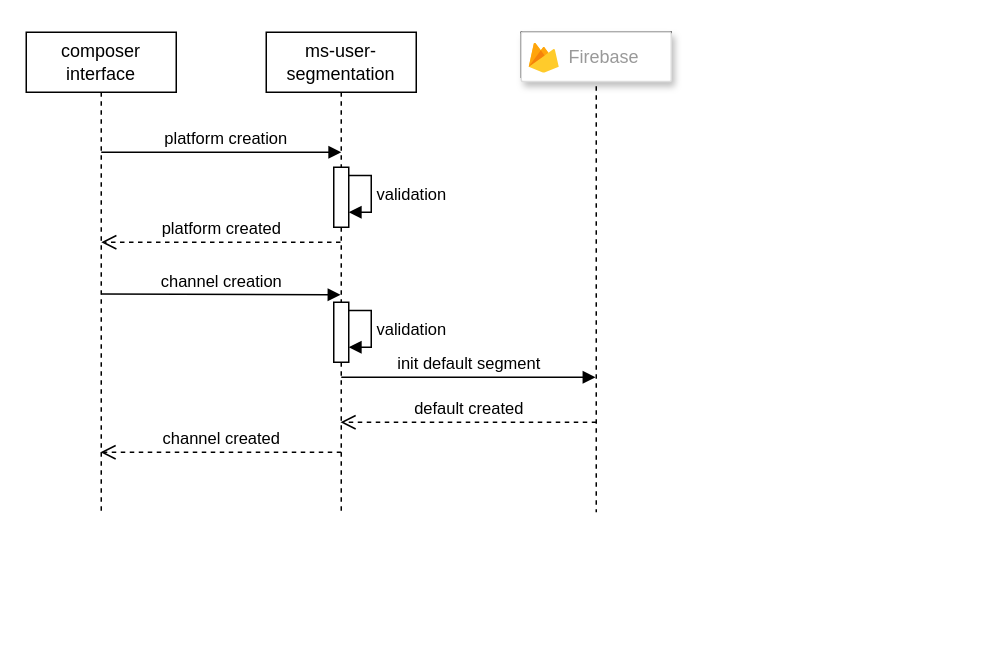
Above: page "on-boarding" (4 of 7) of Untitled Diagram.drawio in Mwangimburu/drawings (draw.io), before the change. Source tidied: cells renumbered, new cells numbered last; positions are measured from the earlier drawing's top-left corner, leaving out a move shared by most shapes. Both pictures are drawn from the tidied source at 150%, with x=0, y=0 at pixel (26, 32).
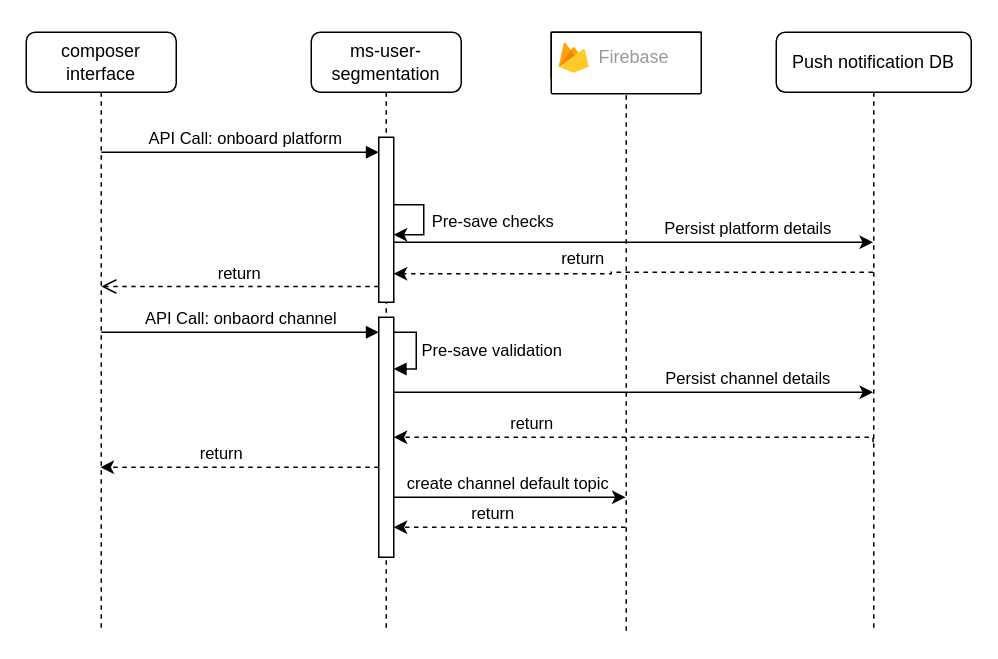
The same diagram, later.

Commit message (it also covers changes not shown here):
Add push db in channel onboarding

The edit, as a diff of the source:
```diff
@@
-    <mxCell id="2" value="composer interface" style="shape=umlLifeline;perimeter=lifelinePerimeter;whiteSpace=wrap;html=1;outlineConnect=0;portConstraint=eastwest;newEdgeStyle={&quot;edgeStyle&quot;:&quot;elbowEdgeStyle&quot;,&quot;elbow&quot;:&quot;vertical&quot;,&quot;curved&quot;:0,&quot;rounded&quot;:0};" parent="1" vertex="1">
-      <mxGeometry width="100" height="320" as="geometry" />
+    <mxCell id="2" value="composer interface" style="shape=umlLifeline;perimeter=lifelinePerimeter;whiteSpace=wrap;html=1;outlineConnect=0;portConstraint=eastwest;newEdgeStyle={&quot;edgeStyle&quot;:&quot;elbowEdgeStyle&quot;,&quot;elbow&quot;:&quot;vertical&quot;,&quot;curved&quot;:0,&quot;rounded&quot;:0};rounded=1;" parent="1" vertex="1">
+      <mxGeometry width="100" height="400" as="geometry" />
     </mxCell>
-    <mxCell id="3" value="ms-user-segmentation" style="shape=umlLifeline;perimeter=lifelinePerimeter;whiteSpace=wrap;html=1;outlineConnect=0;portConstraint=eastwest;newEdgeStyle={&quot;edgeStyle&quot;:&quot;elbowEdgeStyle&quot;,&quot;elbow&quot;:&quot;vertical&quot;,&quot;curved&quot;:0,&quot;rounded&quot;:0};" parent="1" vertex="1">
-      <mxGeometry x="160" width="100" height="320" as="geometry" />
+    <mxCell id="3" value="ms-user-segmentation" style="shape=umlLifeline;perimeter=lifelinePerimeter;whiteSpace=wrap;html=1;outlineConnect=0;portConstraint=eastwest;newEdgeStyle={&quot;edgeStyle&quot;:&quot;elbowEdgeStyle&quot;,&quot;elbow&quot;:&quot;vertical&quot;,&quot;curved&quot;:0,&quot;rounded&quot;:0};rounded=1;" parent="1" vertex="1">
+      <mxGeometry x="190" width="100" height="400" as="geometry" />
     </mxCell>
     <mxCell id="4" style="html=1;points=[];perimeter=orthogonalPerimeter;outlineConnect=0;targetShapes=umlLifeline;portConstraint=eastwest;newEdgeStyle={&quot;edgeStyle&quot;:&quot;elbowEdgeStyle&quot;,&quot;elbow&quot;:&quot;vertical&quot;,&quot;curved&quot;:0,&quot;rounded&quot;:0};" parent="3" vertex="1">
-      <mxGeometry x="45" y="90" width="10" height="40" as="geometry" />
+      <mxGeometry x="45" y="70" width="10" height="110" as="geometry" />
     </mxCell>
     <mxCell id="5" style="html=1;points=[];perimeter=orthogonalPerimeter;outlineConnect=0;targetShapes=umlLifeline;portConstraint=eastwest;newEdgeStyle={&quot;edgeStyle&quot;:&quot;elbowEdgeStyle&quot;,&quot;elbow&quot;:&quot;vertical&quot;,&quot;curved&quot;:0,&quot;rounded&quot;:0};" parent="3" vertex="1">
-      <mxGeometry x="45" y="180" width="10" height="40" as="geometry" />
+      <mxGeometry x="45" y="190" width="10" height="160" as="geometry" />
     </mxCell>
-    <mxCell id="6" value="validation" style="html=1;align=left;spacingLeft=2;endArrow=block;rounded=0;edgeStyle=orthogonalEdgeStyle;curved=0;rounded=0;" parent="3" edge="1">
+    <mxCell id="6" value="Pre-save validation" style="html=1;align=left;spacingLeft=2;endArrow=block;rounded=0;edgeStyle=orthogonalEdgeStyle;curved=0;rounded=0;" parent="3" edge="1">
       <mxGeometry relative="1" as="geometry">
-        <mxPoint x="55" y="185.5" as="sourcePoint" />
-        <mxPoint x="55" y="210" as="targetPoint" />
+        <mxPoint x="55" y="200" as="sourcePoint" />
+        <mxPoint x="55" y="224.5" as="targetPoint" />
         <Array as="points">
-          <mxPoint x="70" y="186" />
-          <mxPoint x="70" y="210" />
+          <mxPoint x="70" y="200.5" />
+          <mxPoint x="70" y="224.5" />
         </Array>
       </mxGeometry>
     </mxCell>
+    <mxCell id="20" style="edgeStyle=elbowEdgeStyle;rounded=0;orthogonalLoop=1;jettySize=auto;html=1;elbow=vertical;curved=0;" parent="3" edge="1" source="4" target="4">
+      <mxGeometry relative="1" as="geometry" />
+    </mxCell>
+    <mxCell id="21" value="Pre-save checks" style="edgeLabel;html=1;align=center;verticalAlign=middle;" parent="20" vertex="1">
+      <mxGeometry x="0.32" relative="1" as="geometry">
+        <mxPoint x="45" y="-10" as="offset" />
+      </mxGeometry>
+    </mxCell>
-    <mxCell id="7" style="group;" parent="1" vertex="1">
-      <mxGeometry x="330" width="100" height="320" as="geometry" />
+    <mxCell id="7" style="group;rounded=1;" parent="1" vertex="1">
+      <mxGeometry x="350" width="100" height="400" as="geometry" />
     </mxCell>
     <mxCell id="8" style="shape=umlLifeline;perimeter=lifelinePerimeter;whiteSpace=wrap;html=1;outlineConnect=0;portConstraint=eastwest;newEdgeStyle={&quot;edgeStyle&quot;:&quot;elbowEdgeStyle&quot;,&quot;elbow&quot;:&quot;vertical&quot;,&quot;curved&quot;:0,&quot;rounded&quot;:0};size=30;" parent="7" vertex="1">
-      <mxGeometry width="100" height="320" as="geometry" />
+      <mxGeometry width="100" height="400" as="geometry" />
     </mxCell>
-    <mxCell id="9" style="strokeColor=#dddddd;shadow=1;strokeWidth=1;rounded=1;absoluteArcSize=1;arcSize=2;" parent="7" vertex="1">
-      <mxGeometry width="100" height="32.8" as="geometry" />
+    <mxCell id="9" style="strokeColor=#000000;shadow=0;strokeWidth=1;rounded=1;absoluteArcSize=1;arcSize=2;" parent="7" vertex="1">
+      <mxGeometry width="100" height="41" as="geometry" />
     </mxCell>
@@
+    <mxCell id="22" style="edgeStyle=orthogonalEdgeStyle;rounded=0;jettySize=auto;html=1;curved=0;dashed=1;" parent="7" edge="1" target="5">
+      <mxGeometry relative="1" as="geometry">
+        <mxPoint x="214.5" y="273.3" as="sourcePoint" />
+        <Array as="points">
+          <mxPoint x="215" y="270" />
+        </Array>
+      </mxGeometry>
+    </mxCell>
+    <mxCell id="23" value="return" style="edgeLabel;html=1;align=center;verticalAlign=middle;" parent="22" vertex="1">
+      <mxGeometry x="0.43" y="-3" relative="1" as="geometry">
+        <mxPoint y="-7" as="offset" />
+      </mxGeometry>
+    </mxCell>
-    <mxCell id="12" style="html=1;verticalAlign=bottom;labelBackgroundColor=none;endArrow=block;endFill=1;rounded=0;" parent="1" edge="1">
+    <mxCell id="12" style="html=1;verticalAlign=bottom;labelBackgroundColor=none;endArrow=block;endFill=1;rounded=0;" parent="1" edge="1" target="4">
       <mxGeometry relative="1" as="geometry">
         <mxPoint x="50" y="80" as="sourcePoint" />
-        <mxPoint x="210" y="80" as="targetPoint" />
       </mxGeometry>
     </mxCell>
-    <mxCell id="13" value="platform creation" style="edgeLabel;html=1;align=center;verticalAlign=middle;" parent="12" vertex="1">
+    <mxCell id="13" value="API Call: onboard platform" style="edgeLabel;html=1;align=center;verticalAlign=middle;" parent="12" vertex="1">
       <mxGeometry x="0.03" y="3" relative="1" as="geometry">
         <mxPoint y="-7" as="offset" />
       </mxGeometry>
     </mxCell>
-    <mxCell id="14" value="validation" style="html=1;align=left;spacingLeft=2;endArrow=block;rounded=0;edgeStyle=orthogonalEdgeStyle;curved=0;rounded=0;" parent="1" edge="1">
-      <mxGeometry relative="1" as="geometry">
-        <mxPoint x="215" y="95.5" as="sourcePoint" />
-        <mxPoint x="215" y="120" as="targetPoint" />
-        <Array as="points">
-          <mxPoint x="230" y="96" />
-          <mxPoint x="230" y="120" />
-        </Array>
-      </mxGeometry>
-    </mxCell>
-    <mxCell id="15" value="platform created" style="html=1;verticalAlign=bottom;endArrow=open;dashed=1;endSize=8;edgeStyle=elbowEdgeStyle;elbow=vertical;curved=0;rounded=0;" parent="1" edge="1" source="3">
+    <mxCell id="15" value="return" style="html=1;verticalAlign=bottom;endArrow=open;dashed=1;endSize=8;edgeStyle=elbowEdgeStyle;elbow=vertical;curved=0;rounded=0;" parent="1" edge="1">
       <mxGeometry relative="1" as="geometry">
-        <mxPoint x="50" y="140" as="targetPoint" />
+        <mxPoint x="235" y="169.5" as="sourcePoint" />
+        <mxPoint x="50" y="169.5" as="targetPoint" />
+        <Array as="points">
+          <mxPoint x="120" y="169.5" />
+        </Array>
       </mxGeometry>
     </mxCell>
-    <mxCell id="16" value="channel creation" style="html=1;verticalAlign=bottom;endArrow=block;edgeStyle=elbowEdgeStyle;elbow=vertical;curved=0;rounded=0;" parent="1" edge="1" target="3">
+    <mxCell id="16" value="API Call: onbaord channel" style="html=1;verticalAlign=bottom;endArrow=block;edgeStyle=elbowEdgeStyle;elbow=vertical;curved=0;rounded=0;" parent="1" edge="1" target="5">
       <mxGeometry relative="1" as="geometry">
-        <mxPoint x="50" y="174.5" as="sourcePoint" />
+        <mxPoint x="50" y="200" as="sourcePoint" />
       </mxGeometry>
     </mxCell>
-    <mxCell id="17" value="init default segment" style="html=1;verticalAlign=bottom;endArrow=block;edgeStyle=elbowEdgeStyle;elbow=vertical;curved=0;rounded=0;" parent="1" edge="1" target="8">
-      <mxGeometry relative="1" as="geometry">
-        <mxPoint x="210" y="230" as="sourcePoint" />
-      </mxGeometry>
-    </mxCell>
-    <mxCell id="18" value="default created" style="html=1;verticalAlign=bottom;endArrow=open;dashed=1;endSize=8;edgeStyle=elbowEdgeStyle;elbow=vertical;curved=0;rounded=0;" parent="1" edge="1" target="3">
-      <mxGeometry relative="1" as="geometry">
-        <mxPoint x="380" y="260" as="sourcePoint" />
-      </mxGeometry>
-    </mxCell>
-    <mxCell id="19" value="channel created" style="html=1;verticalAlign=bottom;endArrow=open;dashed=1;endSize=8;edgeStyle=elbowEdgeStyle;elbow=vertical;curved=0;rounded=0;" parent="1" edge="1" target="2">
-      <mxGeometry relative="1" as="geometry">
-        <mxPoint x="210" y="280" as="sourcePoint" />
-      </mxGeometry>
-    </mxCell>
+    <mxCell id="24" style="edgeStyle=orthogonalEdgeStyle;rounded=0;jettySize=auto;html=1;curved=0;dashed=1;" parent="1" edge="1" source="26" target="4">
+      <mxGeometry relative="1" as="geometry">
+        <Array as="points">
+          <mxPoint x="390" y="160" />
+          <mxPoint x="390" y="161" />
+        </Array>
+      </mxGeometry>
+    </mxCell>
+    <mxCell id="25" value="return" style="edgeLabel;html=1;align=center;verticalAlign=middle;" parent="24" vertex="1">
+      <mxGeometry x="-0.26" y="-1" relative="1" as="geometry">
+        <mxPoint x="-75" y="-9" as="offset" />
+      </mxGeometry>
+    </mxCell>
+    <mxCell id="26" value="Push notification DB" style="shape=umlLifeline;perimeter=lifelinePerimeter;whiteSpace=wrap;html=1;outlineConnect=0;portConstraint=eastwest;newEdgeStyle={&quot;curved&quot;:0,&quot;rounded&quot;:0};rounded=1;" parent="1" vertex="1">
+      <mxGeometry x="500" width="130" height="400" as="geometry" />
+    </mxCell>
+    <mxCell id="27" style="edgeStyle=elbowEdgeStyle;rounded=0;jettySize=auto;html=1;elbow=vertical;curved=0;" parent="1" edge="1" source="4" target="26">
+      <mxGeometry relative="1" as="geometry">
+        <Array as="points">
+          <mxPoint x="330" y="140" />
+        </Array>
+      </mxGeometry>
+    </mxCell>
+    <mxCell id="28" value="Persist platform details" style="edgeLabel;html=1;align=center;verticalAlign=middle;" parent="27" vertex="1">
+      <mxGeometry x="-0.27" y="-2" relative="1" as="geometry">
+        <mxPoint x="118" y="-12" as="offset" />
+      </mxGeometry>
+    </mxCell>
+    <mxCell id="29" style="edgeStyle=elbowEdgeStyle;rounded=0;jettySize=auto;html=1;elbow=vertical;curved=0;" parent="1" edge="1" source="5" target="26">
+      <mxGeometry relative="1" as="geometry">
+        <Array as="points">
+          <mxPoint x="380" y="240" />
+        </Array>
+      </mxGeometry>
+    </mxCell>
+    <mxCell id="30" value="Persist channel details" style="edgeLabel;html=1;align=center;verticalAlign=middle;" parent="29" vertex="1">
+      <mxGeometry x="-0.24" y="2" relative="1" as="geometry">
+        <mxPoint x="114" y="-8" as="offset" />
+      </mxGeometry>
+    </mxCell>
+    <mxCell id="31" style="edgeStyle=elbowEdgeStyle;rounded=0;orthogonalLoop=1;jettySize=auto;html=1;elbow=vertical;curved=0;dashed=1;" parent="1" edge="1">
+      <mxGeometry relative="1" as="geometry">
+        <mxPoint x="235" y="290" as="sourcePoint" />
+        <mxPoint x="49.5" y="290" as="targetPoint" />
+      </mxGeometry>
+    </mxCell>
+    <mxCell id="32" value="return" style="edgeLabel;html=1;align=center;verticalAlign=middle;" parent="31" vertex="1">
+      <mxGeometry x="-0.26" y="-2" relative="1" as="geometry">
+        <mxPoint x="-37" y="-8" as="offset" />
+      </mxGeometry>
+    </mxCell>
+    <mxCell id="33" style="edgeStyle=elbowEdgeStyle;rounded=0;jettySize=auto;html=1;elbow=vertical;curved=0;" parent="1" edge="1" source="5" target="8">
+      <mxGeometry relative="1" as="geometry">
+        <Array as="points">
+          <mxPoint x="298" y="310" />
+        </Array>
+      </mxGeometry>
+    </mxCell>
+    <mxCell id="34" value="create channel default topic" style="edgeLabel;html=1;align=center;verticalAlign=middle;" parent="33" vertex="1">
+      <mxGeometry x="0.03" y="3" relative="1" as="geometry">
+        <mxPoint x="-5" y="-7" as="offset" />
+      </mxGeometry>
+    </mxCell>
+    <mxCell id="35" style="edgeStyle=elbowEdgeStyle;rounded=0;jettySize=auto;html=1;elbow=vertical;curved=0;dashed=1;" parent="1" edge="1" source="8" target="5">
+      <mxGeometry relative="1" as="geometry">
+        <Array as="points">
+          <mxPoint x="330" y="330" />
+        </Array>
+      </mxGeometry>
+    </mxCell>
+    <mxCell id="36" value="return" style="edgeLabel;html=1;align=center;verticalAlign=middle;" parent="35" vertex="1">
+      <mxGeometry x="-0.38" y="-3" relative="1" as="geometry">
+        <mxPoint x="-41" y="-7" as="offset" />
+      </mxGeometry>
+    </mxCell>
```
